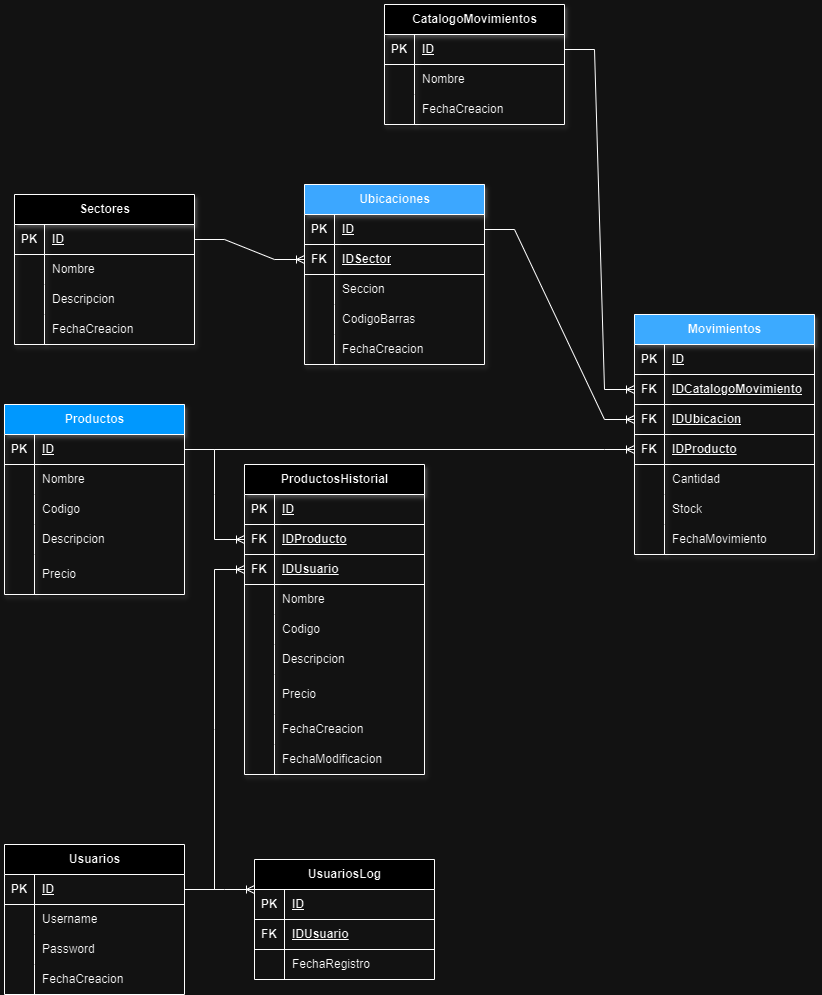
This is Diagrama General.png from DVLens/SpringBootREST, a draw.io export, as it was before one commit. Source tidied: cells renumbered, new cells last; positions are measured from the earlier drawing's top-left corner, leaving out a move shared by most shapes.
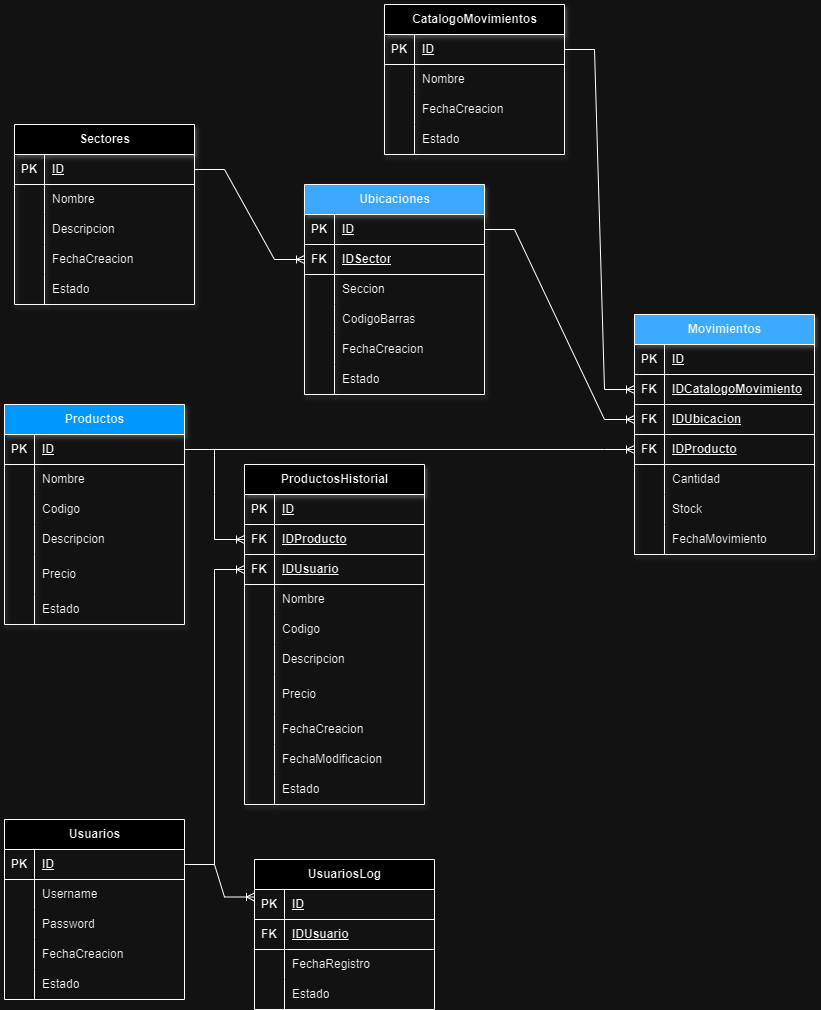
After the commit.

What changed in the source:
```diff
@@ -3,7 +3,7 @@
     <mxCell id="0" />
     <mxCell id="1" parent="0" />
     <mxCell id="2" value="Productos" style="shape=table;startSize=30;rowLines=0;fontStyle=1;align=center;html=1;shadow=1;fillColor=#0099FF;" parent="1" vertex="1">
-      <mxGeometry y="400" width="180" height="190" as="geometry" />
+      <mxGeometry y="400" width="180" height="220" as="geometry" />
     </mxCell>
     <mxCell id="3" style="shape=tableRow;horizontal=0;startSize=0;swimlaneHead=0;swimlaneBody=0;fillColor=none;points=[[0,0.5],[1,0.5]];portConstraint=eastwest;top=0;left=0;right=0;bottom=1;" parent="2" vertex="1">
       <mxGeometry y="30" width="180" height="30" as="geometry" />
@@ -50,8 +50,17 @@
     <mxCell id="17" value="Precio" style="shape=partialRectangle;fillColor=none;top=0;left=0;bottom=0;right=0;align=left;spacingLeft=6;overflow=hidden;whiteSpace=wrap;html=1;" parent="15" vertex="1">
       <mxGeometry x="30" width="150" height="40" as="geometry" />
     </mxCell>
+    <mxCell id="140" style="shape=tableRow;horizontal=0;startSize=0;swimlaneHead=0;swimlaneBody=0;fillColor=none;top=0;left=0;right=0;bottom=0;" parent="2" vertex="1">
+      <mxGeometry y="190" width="180" height="30" as="geometry" />
+    </mxCell>
+    <mxCell id="141" style="shape=partialRectangle;fillColor=none;top=0;left=0;bottom=0;right=0;overflow=hidden;whiteSpace=wrap;html=1;" parent="140" vertex="1">
+      <mxGeometry width="30" height="30" as="geometry" />
+    </mxCell>
+    <mxCell id="142" value="Estado" style="shape=partialRectangle;fillColor=none;top=0;left=0;bottom=0;right=0;align=left;spacingLeft=6;overflow=hidden;whiteSpace=wrap;html=1;" parent="140" vertex="1">
+      <mxGeometry x="30" width="150" height="30" as="geometry" />
+    </mxCell>
     <mxCell id="18" value="Ubicaciones" style="shape=table;startSize=30;rowLines=0;fontStyle=1;align=center;html=1;shadow=1;fillColor=#0571FF;" parent="1" vertex="1">
-      <mxGeometry x="300" y="180" width="180" height="180" as="geometry" />
+      <mxGeometry x="300" y="180" width="180" height="210" as="geometry" />
     </mxCell>
     <mxCell id="19" style="shape=tableRow;horizontal=0;startSize=0;swimlaneHead=0;swimlaneBody=0;fillColor=none;points=[[0,0.5],[1,0.5]];portConstraint=eastwest;top=0;left=0;right=0;bottom=1;" parent="18" vertex="1">
       <mxGeometry y="30" width="180" height="30" as="geometry" />
@@ -98,6 +107,15 @@
     <mxCell id="33" value="FechaCreacion" style="shape=partialRectangle;fillColor=none;top=0;left=0;bottom=0;right=0;align=left;spacingLeft=6;overflow=hidden;whiteSpace=wrap;html=1;" parent="31" vertex="1">
       <mxGeometry x="30" width="150" height="30" as="geometry" />
     </mxCell>
+    <mxCell id="143" style="shape=tableRow;horizontal=0;startSize=0;swimlaneHead=0;swimlaneBody=0;fillColor=none;top=0;left=0;right=0;bottom=0;" parent="18" vertex="1">
+      <mxGeometry y="180" width="180" height="30" as="geometry" />
+    </mxCell>
+    <mxCell id="144" style="shape=partialRectangle;fillColor=none;top=0;left=0;bottom=0;right=0;overflow=hidden;whiteSpace=wrap;html=1;" parent="143" vertex="1">
+      <mxGeometry width="30" height="30" as="geometry" />
+    </mxCell>
+    <mxCell id="145" value="Estado" style="shape=partialRectangle;fillColor=none;top=0;left=0;bottom=0;right=0;align=left;spacingLeft=6;overflow=hidden;whiteSpace=wrap;html=1;" parent="143" vertex="1">
+      <mxGeometry x="30" width="150" height="30" as="geometry" />
+    </mxCell>
     <mxCell id="34" value="Movimientos" style="shape=table;startSize=30;rowLines=0;fontStyle=1;align=center;html=1;shadow=1;fillColor=#006FFF;" parent="1" vertex="1">
       <mxGeometry x="630" y="310" width="180" height="240" as="geometry" />
     </mxCell>
@@ -165,7 +183,7 @@
       <mxGeometry x="30" width="150" height="30" as="geometry" />
     </mxCell>
     <mxCell id="56" value="ProductosHistorial" style="shape=table;startSize=30;rowLines=0;fontStyle=1;align=center;html=1;shadow=1;" parent="1" vertex="1">
-      <mxGeometry x="240" y="460" width="180" height="310" as="geometry" />
+      <mxGeometry x="240" y="460" width="180" height="340" as="geometry" />
     </mxCell>
     <mxCell id="57" style="shape=tableRow;horizontal=0;startSize=0;swimlaneHead=0;swimlaneBody=0;fillColor=none;top=0;left=0;right=0;bottom=1;" parent="56" vertex="1">
       <mxGeometry y="30" width="180" height="30" as="geometry" />
@@ -248,11 +266,20 @@
     <mxCell id="83" value="FechaModificacion" style="shape=partialRectangle;fillColor=none;top=0;left=0;bottom=0;right=0;align=left;spacingLeft=6;overflow=hidden;whiteSpace=wrap;html=1;" parent="81" vertex="1">
       <mxGeometry x="30" width="150" height="30" as="geometry" />
     </mxCell>
+    <mxCell id="146" style="shape=tableRow;horizontal=0;startSize=0;swimlaneHead=0;swimlaneBody=0;fillColor=none;top=0;left=0;right=0;bottom=0;" parent="56" vertex="1">
+      <mxGeometry y="310" width="180" height="30" as="geometry" />
+    </mxCell>
+    <mxCell id="147" style="shape=partialRectangle;fillColor=none;top=0;left=0;bottom=0;right=0;overflow=hidden;whiteSpace=wrap;html=1;" parent="146" vertex="1">
+      <mxGeometry width="30" height="30" as="geometry" />
+    </mxCell>
+    <mxCell id="148" value="Estado" style="shape=partialRectangle;fillColor=none;top=0;left=0;bottom=0;right=0;align=left;spacingLeft=6;overflow=hidden;whiteSpace=wrap;html=1;" parent="146" vertex="1">
+      <mxGeometry x="30" width="150" height="30" as="geometry" />
+    </mxCell>
     <mxCell id="84" style="edgeStyle=entityRelationEdgeStyle;fontSize=12;html=1;endArrow=ERoneToMany;rounded=0;exitX=1;exitY=0.5;exitDx=0;exitDy=0;entryX=0;entryY=0.5;entryDx=0;entryDy=0;" parent="1" edge="1" source="3" target="60">
       <mxGeometry relative="1" as="geometry" />
     </mxCell>
     <mxCell id="85" value="Usuarios" style="shape=table;startSize=30;rowLines=0;fontStyle=1;align=center;html=1;" parent="1" vertex="1">
-      <mxGeometry y="840" width="180" height="150" as="geometry" />
+      <mxGeometry y="815" width="180" height="180" as="geometry" />
     </mxCell>
     <mxCell id="86" style="shape=tableRow;horizontal=0;startSize=0;swimlaneHead=0;swimlaneBody=0;fillColor=none;points=[[0,0.5],[1,0.5]];portConstraint=eastwest;top=0;left=0;right=0;bottom=1;" parent="85" vertex="1">
       <mxGeometry y="30" width="180" height="30" as="geometry" />
@@ -281,17 +308,26 @@
     <mxCell id="94" value="Password" style="shape=partialRectangle;fillColor=none;top=0;left=0;bottom=0;right=0;align=left;spacingLeft=6;overflow=hidden;whiteSpace=wrap;html=1;" parent="92" vertex="1">
       <mxGeometry x="30" width="150" height="30" as="geometry" />
     </mxCell>
+    <mxCell id="149" style="shape=tableRow;horizontal=0;startSize=0;swimlaneHead=0;swimlaneBody=0;fillColor=none;top=0;left=0;right=0;bottom=0;" parent="85" vertex="1">
+      <mxGeometry y="120" width="180" height="30" as="geometry" />
+    </mxCell>
+    <mxCell id="150" style="shape=partialRectangle;fillColor=none;top=0;left=0;bottom=0;right=0;overflow=hidden;whiteSpace=wrap;html=1;" parent="149" vertex="1">
+      <mxGeometry width="30" height="30" as="geometry" />
+    </mxCell>
+    <mxCell id="151" value="FechaCreacion" style="shape=partialRectangle;fillColor=none;top=0;left=0;bottom=0;right=0;align=left;spacingLeft=6;overflow=hidden;whiteSpace=wrap;html=1;" parent="149" vertex="1">
+      <mxGeometry x="30" width="150" height="30" as="geometry" />
+    </mxCell>
     <mxCell id="95" style="shape=tableRow;horizontal=0;startSize=0;swimlaneHead=0;swimlaneBody=0;fillColor=none;top=0;left=0;right=0;bottom=0;" parent="85" vertex="1">
-      <mxGeometry y="120" width="180" height="30" as="geometry" />
+      <mxGeometry y="150" width="180" height="30" as="geometry" />
     </mxCell>
     <mxCell id="96" style="shape=partialRectangle;fillColor=none;top=0;left=0;bottom=0;right=0;overflow=hidden;whiteSpace=wrap;html=1;" parent="95" vertex="1">
       <mxGeometry width="30" height="30" as="geometry" />
     </mxCell>
-    <mxCell id="97" value="FechaCreacion" style="shape=partialRectangle;fillColor=none;top=0;left=0;bottom=0;right=0;align=left;spacingLeft=6;overflow=hidden;whiteSpace=wrap;html=1;" parent="95" vertex="1">
+    <mxCell id="97" value="Estado" style="shape=partialRectangle;fillColor=none;top=0;left=0;bottom=0;right=0;align=left;spacingLeft=6;overflow=hidden;whiteSpace=wrap;html=1;" parent="95" vertex="1">
       <mxGeometry x="30" width="150" height="30" as="geometry" />
     </mxCell>
     <mxCell id="98" value="UsuariosLog" style="shape=table;startSize=30;rowLines=0;fontStyle=1;align=center;html=1;" parent="1" vertex="1">
-      <mxGeometry x="250" y="855" width="180" height="120" as="geometry" />
+      <mxGeometry x="250" y="855" width="180" height="150" as="geometry" />
     </mxCell>
     <mxCell id="99" style="shape=tableRow;horizontal=0;startSize=0;swimlaneHead=0;swimlaneBody=0;fillColor=none;top=0;left=0;right=0;bottom=1;" parent="98" vertex="1">
       <mxGeometry y="30" width="180" height="30" as="geometry" />
@@ -320,11 +356,20 @@
     <mxCell id="107" value="FechaRegistro" style="shape=partialRectangle;fillColor=none;top=0;left=0;bottom=0;right=0;align=left;spacingLeft=6;overflow=hidden;whiteSpace=wrap;html=1;" parent="105" vertex="1">
       <mxGeometry x="30" width="150" height="30" as="geometry" />
     </mxCell>
+    <mxCell id="152" style="shape=tableRow;horizontal=0;startSize=0;swimlaneHead=0;swimlaneBody=0;fillColor=none;top=0;left=0;right=0;bottom=0;" parent="98" vertex="1">
+      <mxGeometry y="120" width="180" height="30" as="geometry" />
+    </mxCell>
+    <mxCell id="153" style="shape=partialRectangle;fillColor=none;top=0;left=0;bottom=0;right=0;overflow=hidden;whiteSpace=wrap;html=1;" parent="152" vertex="1">
+      <mxGeometry width="30" height="30" as="geometry" />
+    </mxCell>
+    <mxCell id="154" value="Estado" style="shape=partialRectangle;fillColor=none;top=0;left=0;bottom=0;right=0;align=left;spacingLeft=6;overflow=hidden;whiteSpace=wrap;html=1;" parent="152" vertex="1">
+      <mxGeometry x="30" width="150" height="30" as="geometry" />
+    </mxCell>
     <mxCell id="108" style="edgeStyle=entityRelationEdgeStyle;fontSize=12;html=1;endArrow=ERoneToMany;rounded=0;exitX=1;exitY=0.5;exitDx=0;exitDy=0;entryX=0;entryY=0.25;entryDx=0;entryDy=0;" parent="1" edge="1" source="86" target="98">
       <mxGeometry relative="1" as="geometry" />
     </mxCell>
     <mxCell id="109" value="Sectores" style="shape=table;startSize=30;rowLines=0;fontStyle=1;align=center;html=1;shadow=1;" parent="1" vertex="1">
-      <mxGeometry x="10" y="190" width="180" height="150" as="geometry" />
+      <mxGeometry x="10" y="120" width="180" height="180" as="geometry" />
     </mxCell>
     <mxCell id="110" style="shape=tableRow;horizontal=0;startSize=0;swimlaneHead=0;swimlaneBody=0;fillColor=none;points=[[0,0.5],[1,0.5]];portConstraint=eastwest;top=0;left=0;right=0;bottom=1;" parent="109" vertex="1">
       <mxGeometry y="30" width="180" height="30" as="geometry" />
@@ -362,6 +407,15 @@
     <mxCell id="121" value="FechaCreacion" style="shape=partialRectangle;fillColor=none;top=0;left=0;bottom=0;right=0;align=left;spacingLeft=6;overflow=hidden;whiteSpace=wrap;html=1;" parent="119" vertex="1">
       <mxGeometry x="30" width="150" height="30" as="geometry" />
     </mxCell>
+    <mxCell id="155" style="shape=tableRow;horizontal=0;startSize=0;swimlaneHead=0;swimlaneBody=0;fillColor=none;top=0;left=0;right=0;bottom=0;" parent="109" vertex="1">
+      <mxGeometry y="150" width="180" height="30" as="geometry" />
+    </mxCell>
+    <mxCell id="156" style="shape=partialRectangle;fillColor=none;top=0;left=0;bottom=0;right=0;overflow=hidden;whiteSpace=wrap;html=1;" parent="155" vertex="1">
+      <mxGeometry width="30" height="30" as="geometry" />
+    </mxCell>
+    <mxCell id="157" value="Estado" style="shape=partialRectangle;fillColor=none;top=0;left=0;bottom=0;right=0;align=left;spacingLeft=6;overflow=hidden;whiteSpace=wrap;html=1;" parent="155" vertex="1">
+      <mxGeometry x="30" width="150" height="30" as="geometry" />
+    </mxCell>
     <mxCell id="122" style="shape=tableRow;horizontal=0;startSize=0;swimlaneHead=0;swimlaneBody=0;fillColor=none;top=0;left=0;right=0;bottom=0;" parent="1" vertex="1">
       <mxGeometry x="350" y="890" width="180" height="30" as="geometry" />
     </mxCell>
@@ -375,7 +429,7 @@
       <mxGeometry relative="1" as="geometry" />
     </mxCell>
     <mxCell id="126" value="CatalogoMovimientos" style="shape=table;startSize=30;rowLines=0;fontStyle=1;align=center;html=1;shadow=1;" parent="1" vertex="1">
-      <mxGeometry x="380" width="180" height="120" as="geometry" />
+      <mxGeometry x="380" width="180" height="150" as="geometry" />
     </mxCell>
     <mxCell id="127" style="shape=tableRow;horizontal=0;startSize=0;swimlaneHead=0;swimlaneBody=0;fillColor=none;points=[[0,0.5],[1,0.5]];portConstraint=eastwest;top=0;left=0;right=0;bottom=1;" parent="126" vertex="1">
       <mxGeometry y="30" width="180" height="30" as="geometry" />
@@ -404,6 +458,15 @@
     <mxCell id="135" value="FechaCreacion" style="shape=partialRectangle;fillColor=none;top=0;left=0;bottom=0;right=0;align=left;spacingLeft=6;overflow=hidden;whiteSpace=wrap;html=1;" parent="133" vertex="1">
       <mxGeometry x="30" width="150" height="30" as="geometry" />
     </mxCell>
+    <mxCell id="158" style="shape=tableRow;horizontal=0;startSize=0;swimlaneHead=0;swimlaneBody=0;fillColor=none;top=0;left=0;right=0;bottom=0;" parent="126" vertex="1">
+      <mxGeometry y="120" width="180" height="30" as="geometry" />
+    </mxCell>
+    <mxCell id="159" style="shape=partialRectangle;fillColor=none;top=0;left=0;bottom=0;right=0;overflow=hidden;whiteSpace=wrap;html=1;" parent="158" vertex="1">
+      <mxGeometry width="30" height="30" as="geometry" />
+    </mxCell>
+    <mxCell id="160" value="Estado" style="shape=partialRectangle;fillColor=none;top=0;left=0;bottom=0;right=0;align=left;spacingLeft=6;overflow=hidden;whiteSpace=wrap;html=1;" parent="158" vertex="1">
+      <mxGeometry x="30" width="150" height="30" as="geometry" />
+    </mxCell>
     <mxCell id="136" style="edgeStyle=entityRelationEdgeStyle;fontSize=12;html=1;endArrow=ERoneToMany;rounded=0;entryX=0;entryY=0.5;entryDx=0;entryDy=0;exitX=1;exitY=0.5;exitDx=0;exitDy=0;" parent="1" edge="1" source="127" target="38">
       <mxGeometry relative="1" as="geometry" />
     </mxCell>
```
